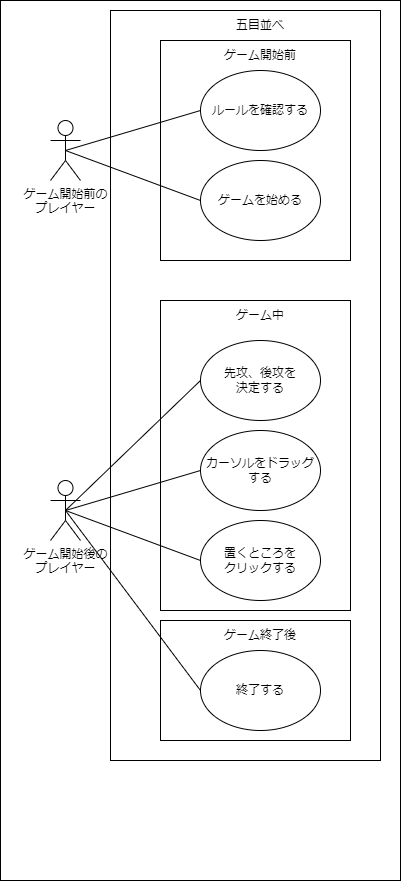
Earlier version of the draw.io export usecase.drawio.png (arashi6FNSM/-4-15). Source tidied: cells renumbered, new cells last; positions are measured from the earlier drawing's top-left corner, leaving out a move shared by most shapes.
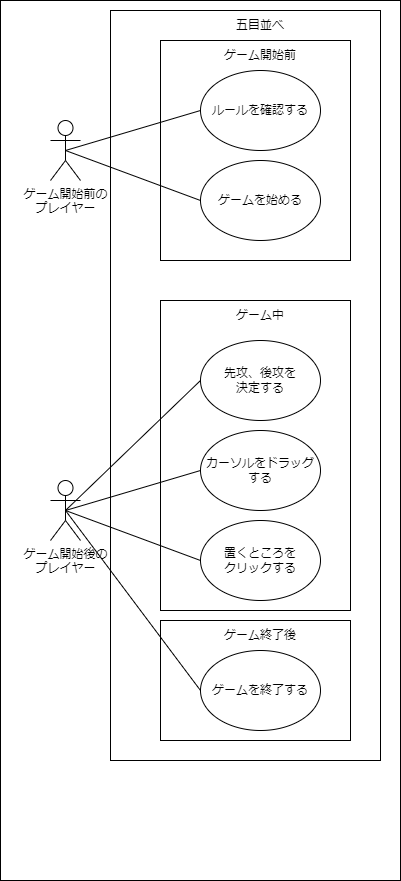
Later version of the same file.

What changed in the source:
```diff
@@ -47,7 +47,7 @@
     <mxCell id="16" style="whiteSpace=wrap;html=1;" parent="1" vertex="1">
       <mxGeometry x="160" y="620" width="190" height="120" as="geometry" />
     </mxCell>
-    <mxCell id="17" value="終了する" style="ellipse;whiteSpace=wrap;html=1;" parent="1" vertex="1">
+    <mxCell id="17" value="ゲームを終了する" style="ellipse;whiteSpace=wrap;html=1;" parent="1" vertex="1">
       <mxGeometry x="200" y="650" width="120" height="80" as="geometry" />
     </mxCell>
     <mxCell id="18" style="endArrow=none;html=1;entryX=0;entryY=0.5;entryDx=0;entryDy=0;exitX=0.5;exitY=0.5;exitDx=0;exitDy=0;exitPerimeter=0;" parent="1" edge="1" source="4" target="17">
```
